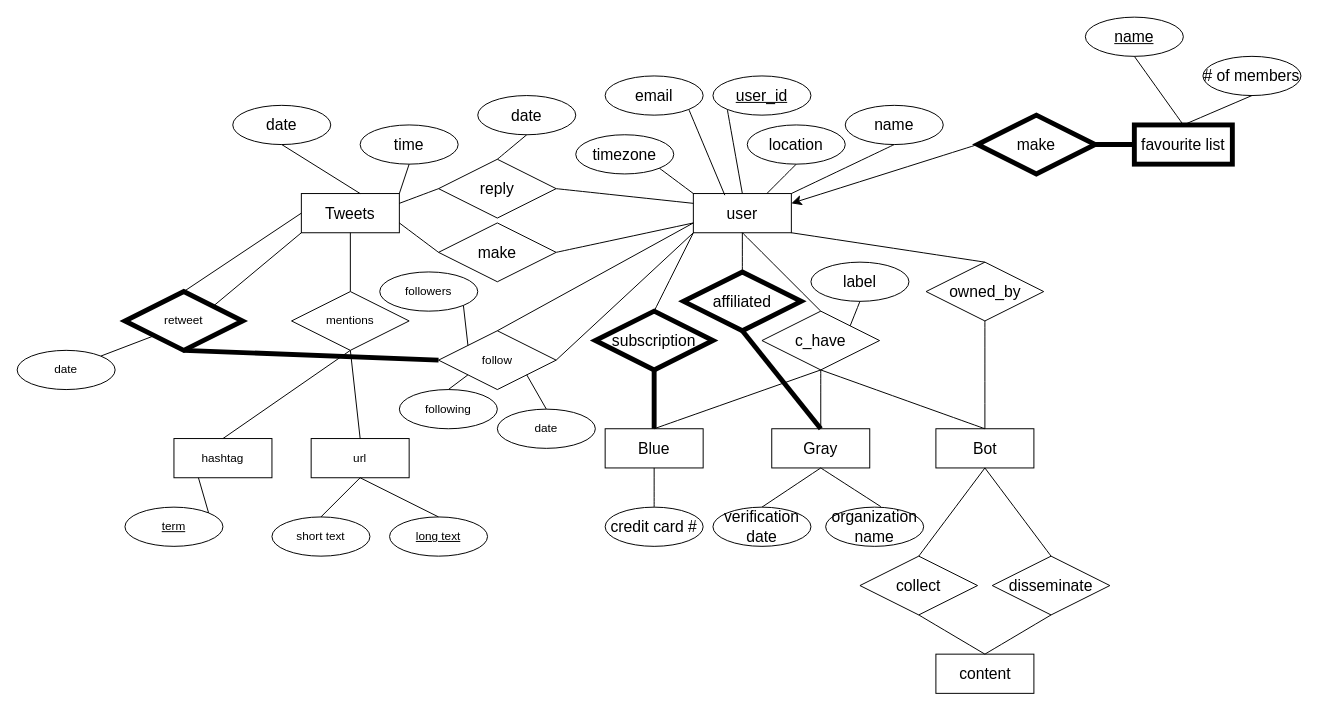
This is Part1/Daniel/Untitled Diagram.drawio from slappy163/291-Assignment-1, a draw.io file, before an edit. Source tidied: cells renumbered, new cells numbered last; positions are measured from the earlier drawing's top-left corner, leaving out a move shared by most shapes. Both pictures are drawn from the tidied source at 98%, with x=0, y=0 at pixel (17, 17).
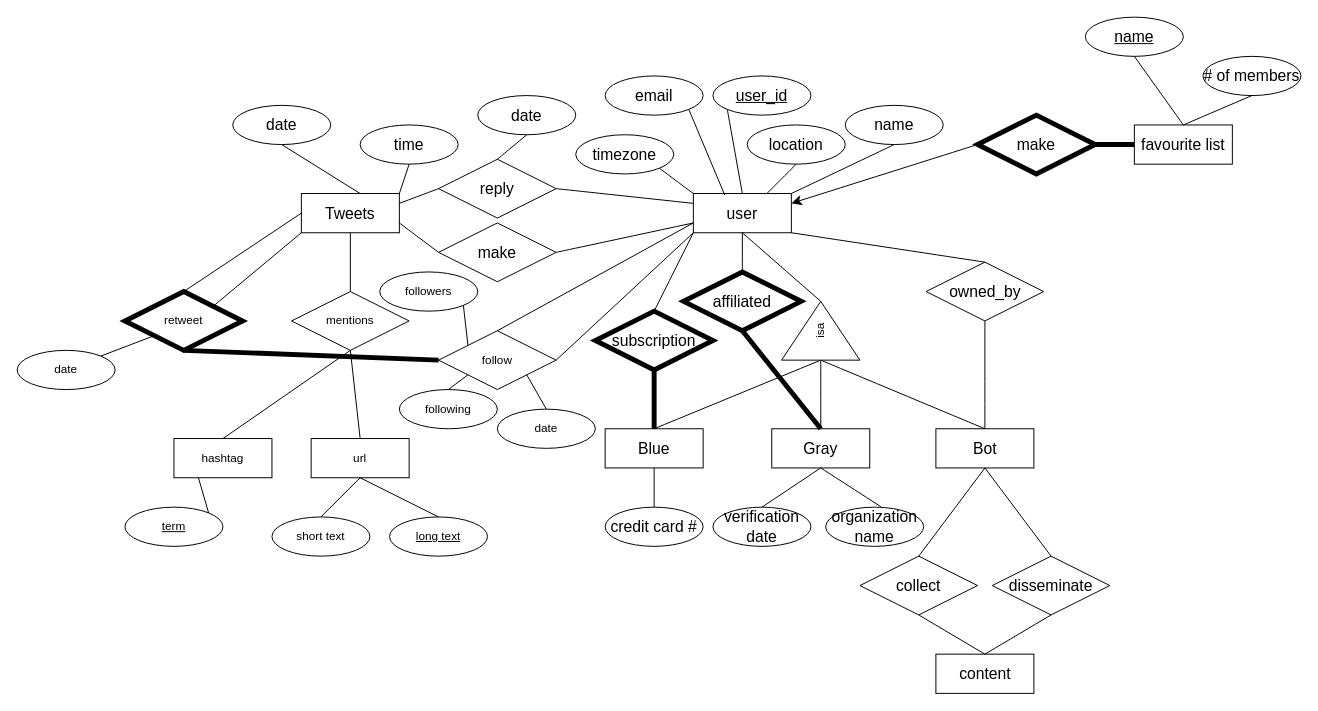
The same page after the edit.

Commit message:
idk gg's this class is an L

The change refers to these unchanged cells:
```xml
<mxCell id="2" value="user" style="whiteSpace=wrap;html=1;align=center;fontSize=16;" parent="1" vertex="1">
  <mxGeometry x="690" y="180" width="100" height="40" as="geometry" />
</mxCell>
<mxCell id="15" value="Gray" style="whiteSpace=wrap;html=1;align=center;fontSize=16;" parent="1" vertex="1">
  <mxGeometry x="770" y="420" width="100" height="40" as="geometry" />
</mxCell>
<mxCell id="16" value="Bot" style="whiteSpace=wrap;html=1;align=center;fontSize=16;" parent="1" vertex="1">
  <mxGeometry x="937.5" y="420" width="100" height="40" as="geometry" />
</mxCell>
<mxCell id="17" value="Blue" style="whiteSpace=wrap;html=1;align=center;fontSize=16;" parent="1" vertex="1">
  <mxGeometry x="600" y="420" width="100" height="40" as="geometry" />
</mxCell>
```

The edit, as a diff of the source:
```diff
@@
-    <mxCell id="13" value="c_have" style="shape=rhombus;perimeter=rhombusPerimeter;whiteSpace=wrap;html=1;align=center;fontSize=16;" parent="1" vertex="1">
-      <mxGeometry x="760" y="300" width="120" height="60" as="geometry" />
-    </mxCell>
-    <mxCell id="14" style="endArrow=none;html=1;rounded=0;fontSize=12;startSize=8;endSize=8;curved=1;exitX=0.5;exitY=1;exitDx=0;exitDy=0;entryX=0.5;entryY=0;entryDx=0;entryDy=0;" parent="1" edge="1" source="2" target="13">
+    <mxCell id="14" style="endArrow=none;html=1;rounded=0;fontSize=12;startSize=8;endSize=8;curved=1;exitX=0.5;exitY=1;exitDx=0;exitDy=0;entryX=1;entryY=0.5;entryDx=0;entryDy=0;" parent="1" edge="1" source="2" target="94">
       <mxGeometry relative="1" as="geometry" />
     </mxCell>
@@
-    <mxCell id="19" value="label&lt;br&gt;" style="ellipse;whiteSpace=wrap;html=1;align=center;fontSize=16;" parent="1" vertex="1">
-      <mxGeometry x="810" y="250" width="100" height="40" as="geometry" />
-    </mxCell>
@@
-    <mxCell id="25" style="endArrow=none;html=1;rounded=0;fontSize=12;startSize=8;endSize=8;curved=1;entryX=0.5;entryY=1;entryDx=0;entryDy=0;exitX=0.5;exitY=0;exitDx=0;exitDy=0;" parent="1" edge="1" source="17" target="13">
+    <mxCell id="25" style="endArrow=none;html=1;rounded=0;fontSize=12;startSize=8;endSize=8;curved=1;exitX=0.5;exitY=0;exitDx=0;exitDy=0;entryX=0;entryY=0.5;entryDx=0;entryDy=0;" parent="1" edge="1" source="17" target="94">
       <mxGeometry relative="1" as="geometry" />
     </mxCell>
-    <mxCell id="26" style="endArrow=none;html=1;rounded=0;fontSize=12;startSize=8;endSize=8;curved=1;exitX=0.5;exitY=1;exitDx=0;exitDy=0;entryX=0.5;entryY=0;entryDx=0;entryDy=0;" parent="1" edge="1" source="13" target="15">
+    <mxCell id="26" style="endArrow=none;html=1;rounded=0;fontSize=12;startSize=8;endSize=8;curved=1;exitX=0;exitY=0.5;exitDx=0;exitDy=0;entryX=0.5;entryY=0;entryDx=0;entryDy=0;" parent="1" edge="1" source="94" target="15">
       <mxGeometry relative="1" as="geometry" />
     </mxCell>
-    <mxCell id="27" style="endArrow=none;html=1;rounded=0;fontSize=12;startSize=8;endSize=8;curved=1;exitX=0.5;exitY=0;exitDx=0;exitDy=0;entryX=0.5;entryY=1;entryDx=0;entryDy=0;" parent="1" edge="1" source="16" target="13">
-      <mxGeometry relative="1" as="geometry" />
-    </mxCell>
@@
-    <mxCell id="32" style="endArrow=none;html=1;rounded=0;fontSize=12;startSize=8;endSize=8;curved=1;exitX=0.5;exitY=1;exitDx=0;exitDy=0;entryX=1;entryY=0;entryDx=0;entryDy=0;" parent="1" edge="1" source="19" target="13">
-      <mxGeometry relative="1" as="geometry" />
-    </mxCell>
@@
-    <mxCell id="40" value="favourite list" style="whiteSpace=wrap;html=1;align=center;fontSize=16;strokeWidth=5;" parent="1" vertex="1">
+    <mxCell id="40" value="favourite list" style="whiteSpace=wrap;html=1;align=center;fontSize=16;strokeWidth=1;" parent="1" vertex="1">
       <mxGeometry x="1140" y="110" width="100" height="40" as="geometry" />
     </mxCell>
@@
+    <mxCell id="93" style="endArrow=none;html=1;rounded=0;fontSize=12;startSize=8;endSize=8;curved=1;exitX=0.5;exitY=0;exitDx=0;exitDy=0;entryX=0;entryY=0.5;entryDx=0;entryDy=0;" parent="1" edge="1" source="16" target="94">
+      <mxGeometry relative="1" as="geometry" />
+    </mxCell>
+    <mxCell id="94" value="isa" style="triangle;whiteSpace=wrap;html=1;rotation=-90;" parent="1" vertex="1">
+      <mxGeometry x="790" y="280" width="60" height="80" as="geometry" />
+    </mxCell>
```
